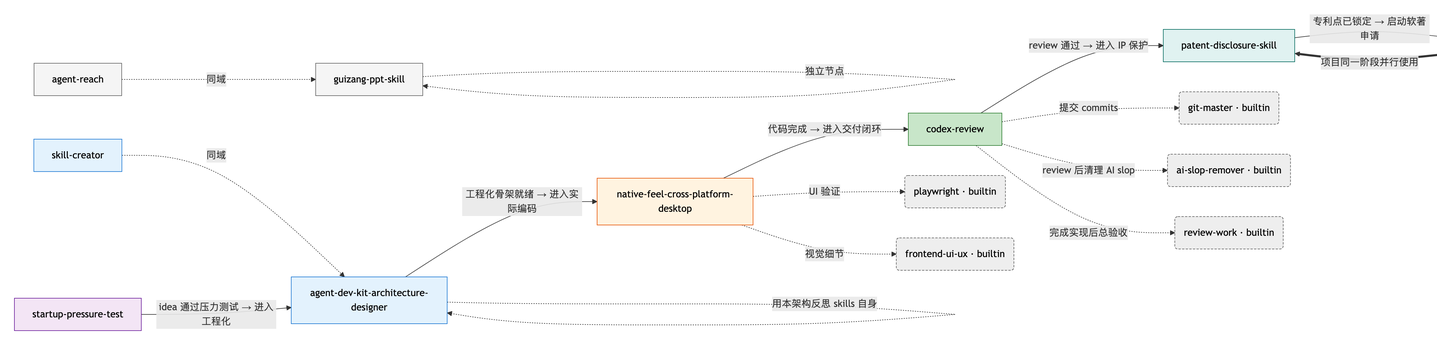
This is data-mirror/skills-graph.png from zjgulai/Agent_skills, a Mermaid export, as it was before one commit. Its source is kept beside it as data-mirror/skills-graph.mmd.
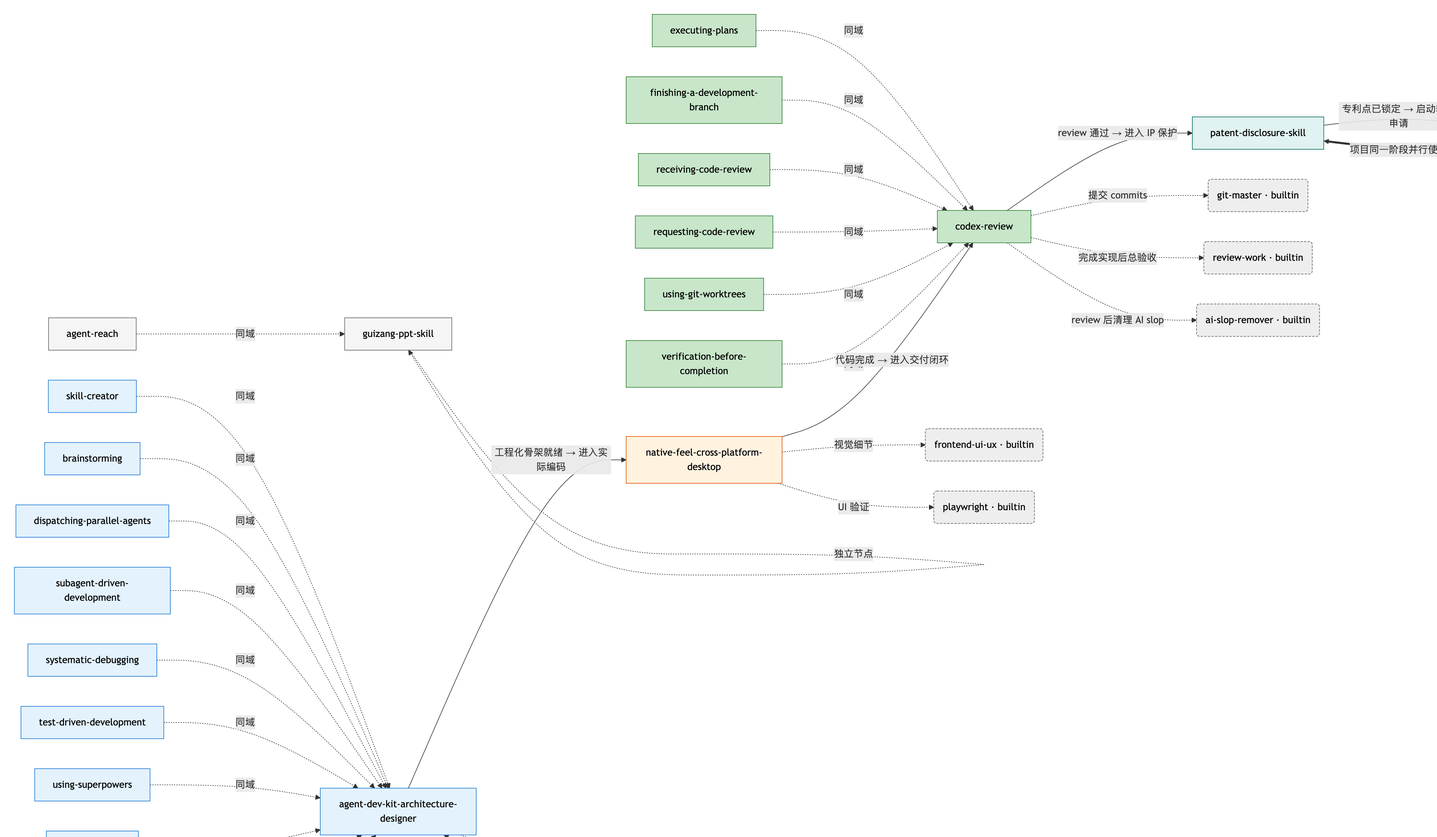
The same file after the commit.

Commit message:
feat(skills): add superpowers suite — 14 sub-skills (State 4)

Change to the diagram source:
```diff
@@ -9,8 +9,22 @@
 
     ADK[agent-dev-kit-architecture-designer]:::metaDomain
     SC[skill-creator]:::metaDomain
+    B[brainstorming]:::metaDomain
+    DPA[dispatching-parallel-agents]:::metaDomain
+    SDD[subagent-driven-development]:::metaDomain
+    SD[systematic-debugging]:::metaDomain
+    TDD[test-driven-development]:::metaDomain
+    US[using-superpowers]:::metaDomain
+    WP[writing-plans]:::metaDomain
+    WS[writing-skills]:::metaDomain
 
     CR[codex-review]:::closeoutDomain
+    EP[executing-plans]:::closeoutDomain
+    FADB[finishing-a-development-branch]:::closeoutDomain
+    RCR[receiving-code-review]:::closeoutDomain
+    RCR2[requesting-code-review]:::closeoutDomain
+    UGW[using-git-worktrees]:::closeoutDomain
+    VBC[verification-before-completion]:::closeoutDomain
 
     NF[native-feel-cross-platform-desktop]:::desktopDomain
 
@@ -33,6 +47,20 @@
     GPS -. "独立节点" .-> GPS
     SC -. "同域" .-> ADK
     AR -. "同域" .-> GPS
+    B -. "同域" .-> ADK
+    DPA -. "同域" .-> ADK
+    EP -. "同域" .-> CR
+    FADB -. "同域" .-> CR
+    RCR -. "同域" .-> CR
+    RCR2 -. "同域" .-> CR
+    SDD -. "同域" .-> ADK
+    SD -. "同域" .-> ADK
+    TDD -. "同域" .-> ADK
+    UGW -. "同域" .-> CR
+    US -. "同域" .-> ADK
+    VBC -. "同域" .-> CR
+    WP -. "同域" .-> ADK
+    WS -. "同域" .-> ADK
 
 
     SPT -- "idea 通过压力测试 → 进入工程化" --> ADK
```
